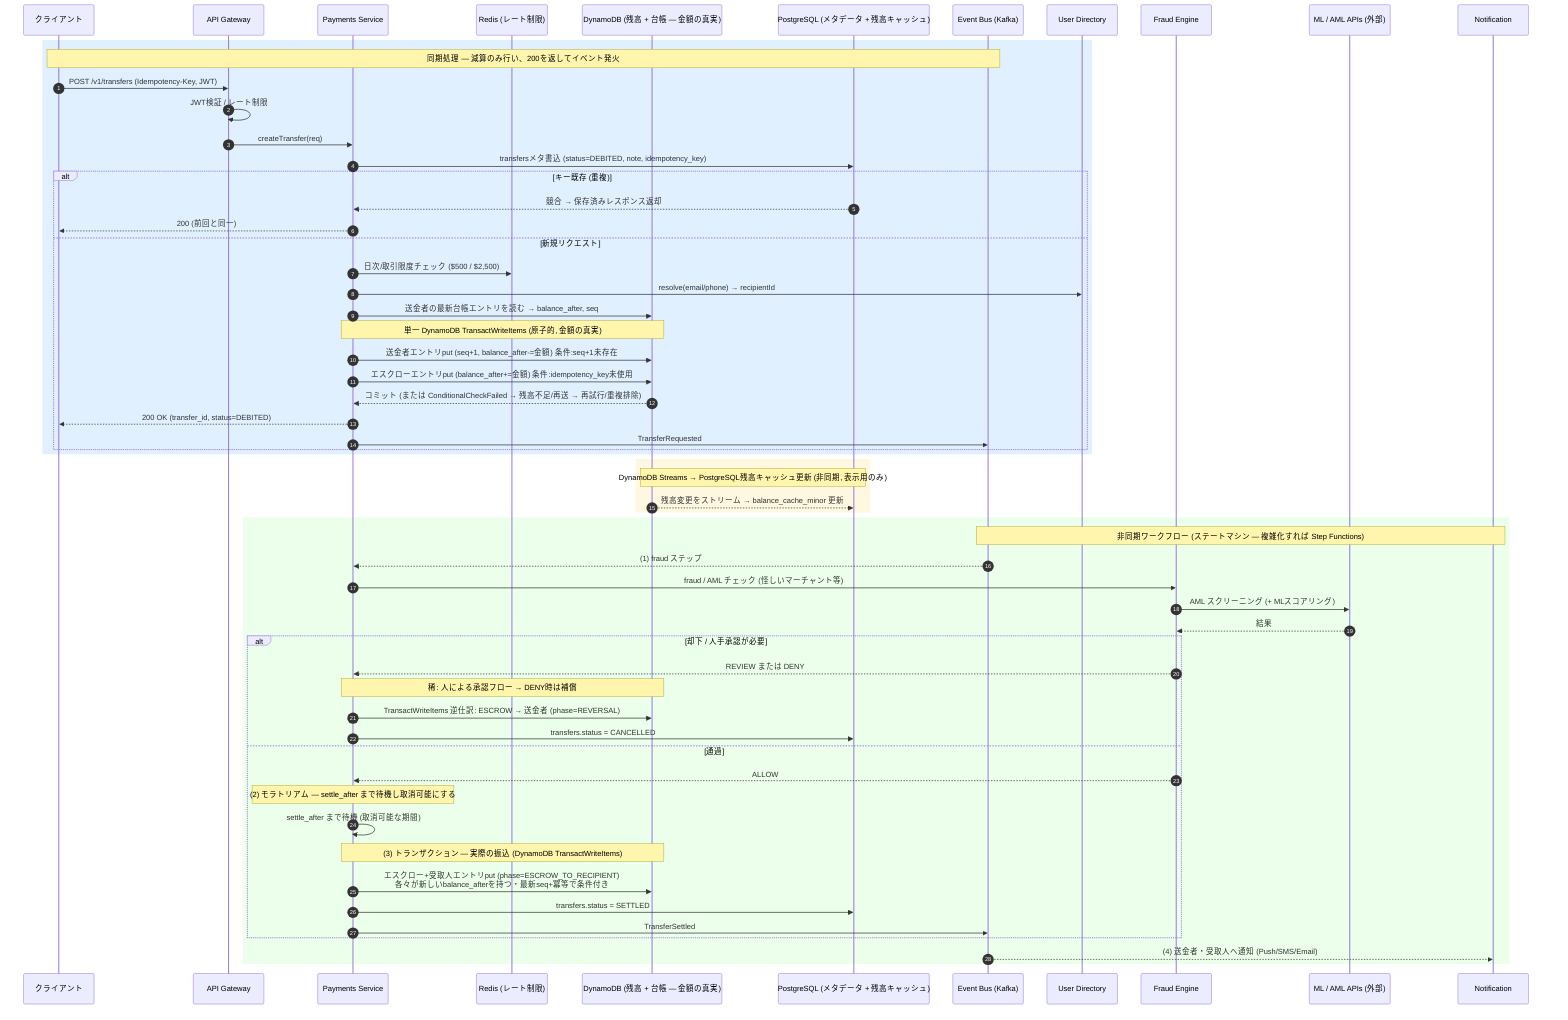
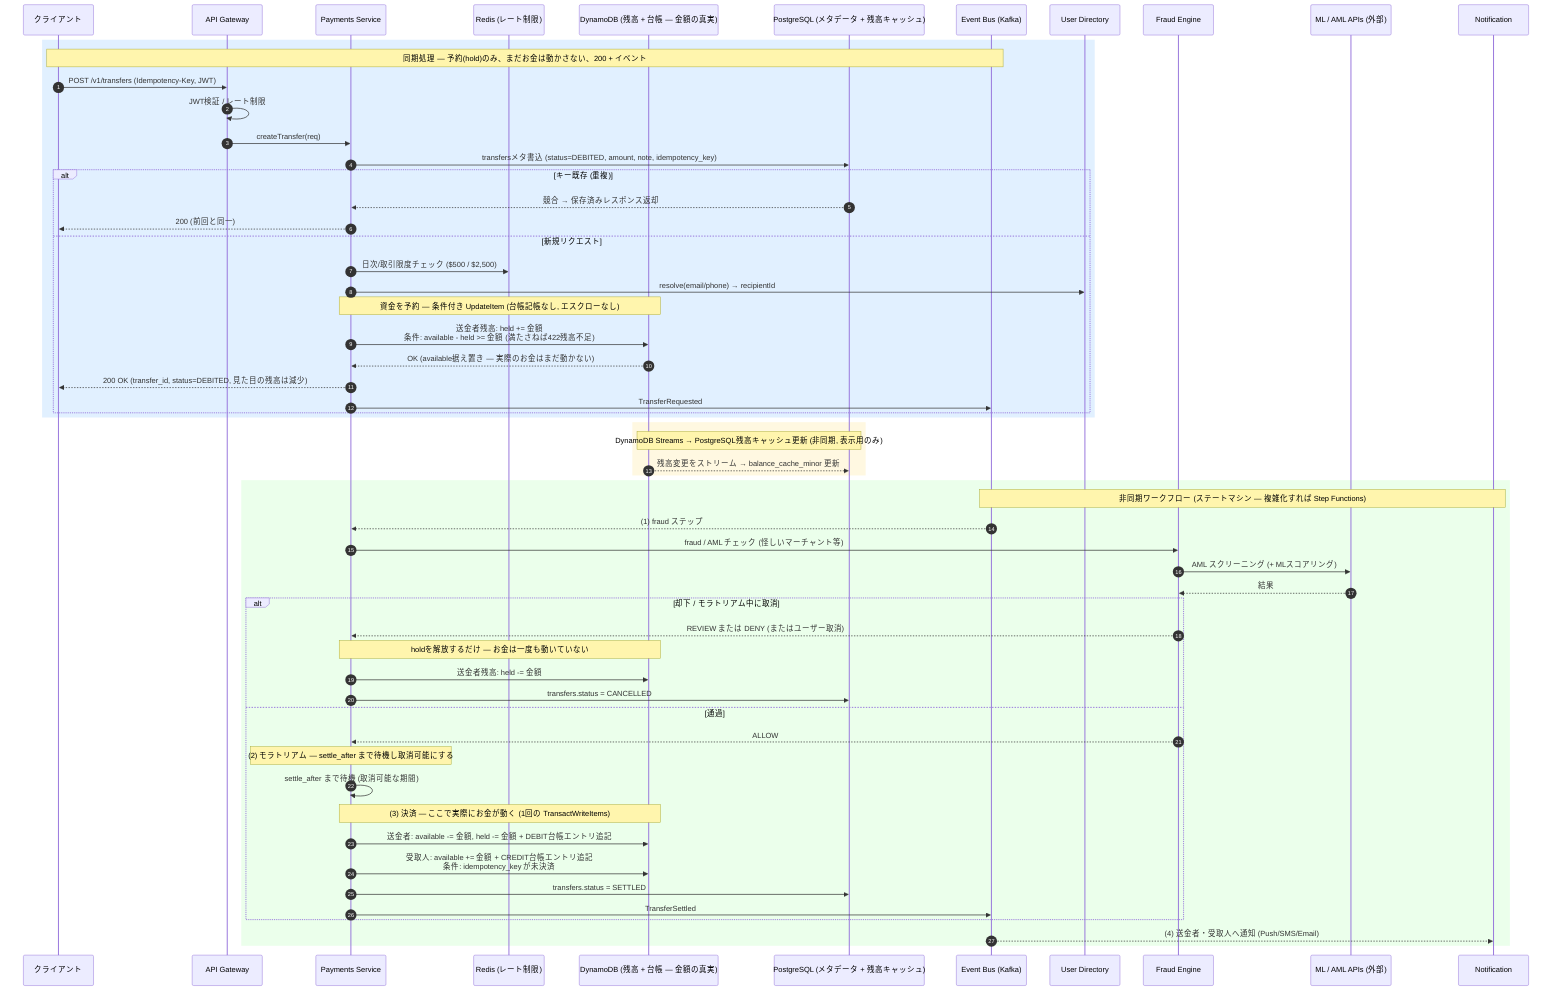
sequenceDiagram
    autonumber
    participant C as クライアント
    participant GW as API Gateway
    participant P as Payments Service
    participant R as Redis (レート制限)
    participant DDB as DynamoDB (残高 + 台帳 — 金額の真実)
    participant PG as PostgreSQL (メタデータ + 残高キャッシュ)
    participant MQ as Event Bus (Kafka)
    participant U as User Directory
    participant F as Fraud Engine
    participant X as ML / AML APIs (外部)
    participant N as Notification

    rect rgb(225, 240, 255)
-     Note over C,MQ: 同期処理 — 減算のみ行い、200を返してイベント発火
+     Note over C,MQ: 同期処理 — 予約(hold)のみ、まだお金は動かさない、200 + イベント
    C->>GW: POST /v1/transfers (Idempotency-Key, JWT)
    GW->>GW: JWT検証 / レート制限
    GW->>P: createTransfer(req)
-     P->>PG: transfersメタ書込 (status=DEBITED, note, idempotency_key)
+     P->>PG: transfersメタ書込 (status=DEBITED, amount, note, idempotency_key)
    alt キー既存 (重複)
        PG-->>P: 競合 → 保存済みレスポンス返却
        P-->>C: 200 (前回と同一)
    else 新規リクエスト
        P->>R: 日次/取引限度チェック ($500 / $2,500)
        P->>U: resolve(email/phone) → recipientId
-         P->>DDB: 送金者の最新台帳エントリを読む → balance_after, seq
-         Note over P,DDB: 単一 DynamoDB TransactWriteItems (原子的, 金額の真実)
-         P->>DDB: 送金者エントリput (seq+1, balance_after-=金額) 条件:seq+1未存在
-         P->>DDB: エスクローエントリput (balance_after+=金額) 条件:idempotency_key未使用
-         DDB-->>P: コミット (または ConditionalCheckFailed → 残高不足/再送 → 再試行/重複排除)
-         P-->>C: 200 OK (transfer_id, status=DEBITED)
+         Note over P,DDB: 資金を予約 — 条件付き UpdateItem (台帳記帳なし, エスクローなし)
+         P->>DDB: 送金者残高: held += 金額<br/>条件: available - held >= 金額 (満たさねば422残高不足)
+         DDB-->>P: OK (available据え置き — 実際のお金はまだ動かない)
+         P-->>C: 200 OK (transfer_id, status=DEBITED, 見た目の残高は減少)
        P->>MQ: TransferRequested
    end
    end

    rect rgb(255, 248, 225)
    Note over DDB,PG: DynamoDB Streams → PostgreSQL残高キャッシュ更新 (非同期, 表示用のみ)
    DDB-->>PG: 残高変更をストリーム → balance_cache_minor 更新
    end

    rect rgb(235, 255, 235)
    Note over MQ,N: 非同期ワークフロー (ステートマシン — 複雑化すれば Step Functions)
    MQ-->>P: (1) fraud ステップ
    P->>F: fraud / AML チェック (怪しいマーチャント等)
    F->>X: AML スクリーニング (+ MLスコアリング)
    X-->>F: 結果
-     alt 却下 / 人手承認が必要
-         F-->>P: REVIEW または DENY
-         Note over P,DDB: 稀: 人による承認フロー → DENY時は補償
-         P->>DDB: TransactWriteItems 逆仕訳: ESCROW → 送金者 (phase=REVERSAL)
+     alt 却下 / モラトリアム中に取消
+         F-->>P: REVIEW または DENY (またはユーザー取消)
+         Note over P,DDB: holdを解放するだけ — お金は一度も動いていない
+         P->>DDB: 送金者残高: held -= 金額
        P->>PG: transfers.status = CANCELLED
    else 通過
        F-->>P: ALLOW
        Note over P: (2) モラトリアム — settle_after まで待機し取消可能にする
        P->>P: settle_after まで待機 (取消可能な期間)
-         Note over P,DDB: (3) トランザクション — 実際の振込 (DynamoDB TransactWriteItems)
-         P->>DDB: エスクロー+受取人エントリput (phase=ESCROW_TO_RECIPIENT)<br/>各々が新しいbalance_afterを持つ・最新seq+冪等で条件付き
+         Note over P,DDB: (3) 決済 — ここで実際にお金が動く (1回の TransactWriteItems)
+         P->>DDB: 送金者: available -= 金額, held -= 金額 + DEBIT台帳エントリ追記
+         P->>DDB: 受取人: available += 金額 + CREDIT台帳エントリ追記<br/>条件: idempotency_key が未決済
        P->>PG: transfers.status = SETTLED
        P->>MQ: TransferSettled
    end
    MQ-->>N: (4) 送金者・受取人へ通知 (Push/SMS/Email)
    end
